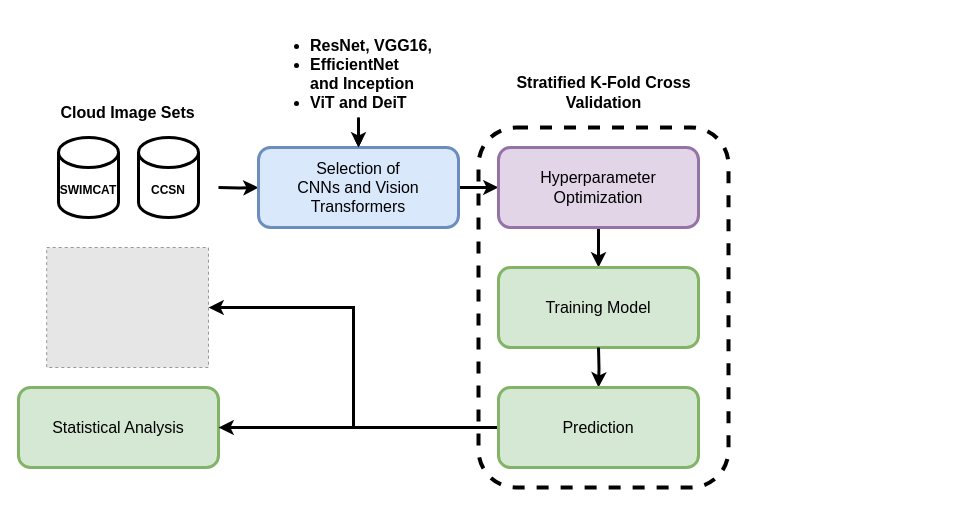
Earlier version of the draw.io diagram euvip_methodology.drawio (viniciusrpb/drawio_flowcharts). Source tidied: cells renumbered, new cells numbered last; positions are measured from the earlier drawing's top-left corner, leaving out a move shared by most shapes. Both pictures are drawn from the tidied source at 100%, with x=0, y=0 at pixel (18, 17). Pictures stored in the file or linked from it are replaced by grey dashed boxes.
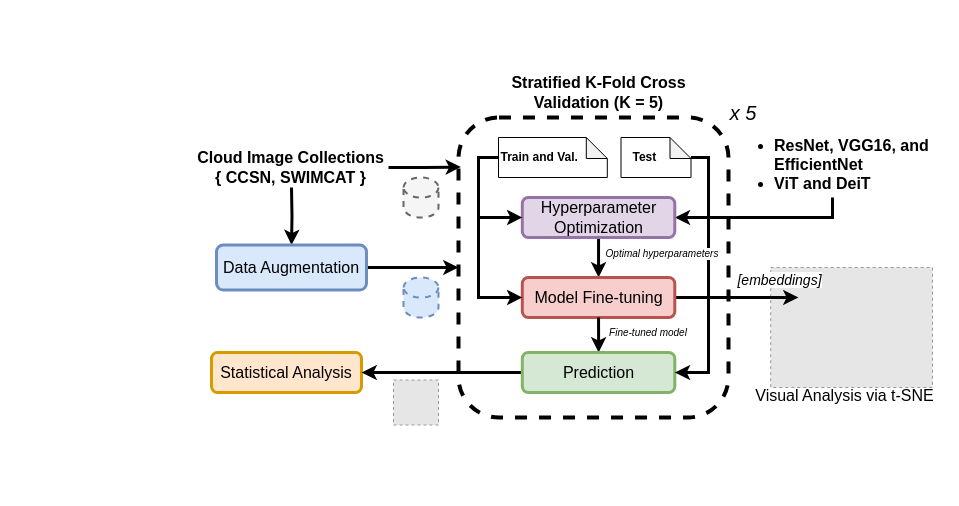
Above is the later version.

The edit, as a diff of the source:
```diff
@@
-    <mxCell id="2" style="edgeStyle=orthogonalEdgeStyle;rounded=0;jettySize=auto;html=1;" parent="1" edge="1" source="3" target="7">
-      <mxGeometry relative="1" as="geometry" />
-    </mxCell>
+    <mxCell id="11" style="fillColor=#E6E6E6;strokeColor=#999999;dashed=1;verticalLabelPosition=bottom;labelBackgroundColor=default;verticalAlign=top;" parent="1" vertex="1">
+      <mxGeometry x="752.2" y="250" width="161.8" height="120" as="geometry" />
+    </mxCell>
+    <mxCell id="4" style="rounded=1;whiteSpace=wrap;html=1;strokeWidth=4;dashed=1;" parent="1" vertex="1">
+      <mxGeometry x="440" y="100" width="270" height="300" as="geometry" />
+    </mxCell>
+    <mxCell id="22" style="edgeStyle=orthogonalEdgeStyle;rounded=0;jettySize=auto;html=1;entryX=1;entryY=0.5;entryDx=0;entryDy=0;fontSize=12;strokeWidth=3;exitX=0.5;exitY=1;exitDx=0;exitDy=0;" parent="1" edge="1" source="3" target="9">
+      <mxGeometry relative="1" as="geometry">
+        <Array as="points">
+          <mxPoint x="814" y="200" />
+        </Array>
+      </mxGeometry>
+    </mxCell>
-    <mxCell id="3" value="&lt;ul&gt;&lt;li&gt;&lt;b&gt;ResNet,&amp;nbsp;&lt;/b&gt;&lt;b style=&quot;background-color: transparent; color: light-dark(rgb(0, 0, 0), rgb(255, 255, 255));&quot;&gt;VGG16,&lt;/b&gt;&lt;/li&gt;&lt;li&gt;&lt;b style=&quot;background-color: transparent; color: light-dark(rgb(0, 0, 0), rgb(255, 255, 255));&quot;&gt;EfficientNet and&amp;nbsp;&lt;/b&gt;&lt;b style=&quot;background-color: transparent; color: light-dark(rgb(0, 0, 0), rgb(255, 255, 255));&quot;&gt;Inception&lt;/b&gt;&lt;/li&gt;&lt;li&gt;&lt;b&gt;ViT and DeiT&lt;/b&gt;&lt;/li&gt;&lt;/ul&gt;" style="text;strokeColor=none;fillColor=none;html=1;whiteSpace=wrap;verticalAlign=middle;overflow=hidden;fontSize=16;" parent="1" vertex="1">
-      <mxGeometry x="250" width="180" height="100" as="geometry" />
+    <mxCell id="3" value="&lt;ul&gt;&lt;li&gt;&lt;b&gt;ResNet,&amp;nbsp;&lt;/b&gt;&lt;b style=&quot;background-color: transparent; color: light-dark(rgb(0, 0, 0), rgb(255, 255, 255));&quot;&gt;VGG16,&amp;nbsp;&lt;/b&gt;&lt;b style=&quot;background-color: transparent; color: light-dark(rgb(0, 0, 0), rgb(255, 255, 255));&quot;&gt;and EfficientNet&lt;/b&gt;&lt;/li&gt;&lt;li&gt;&lt;b&gt;ViT and DeiT&lt;/b&gt;&lt;/li&gt;&lt;/ul&gt;" style="text;strokeColor=none;fillColor=none;html=1;whiteSpace=wrap;verticalAlign=middle;overflow=hidden;fontSize=16;" parent="1" vertex="1">
+      <mxGeometry x="714" y="100" width="200" height="80" as="geometry" />
     </mxCell>
-    <mxCell id="4" style="rounded=1;whiteSpace=wrap;html=1;strokeWidth=4;dashed=1;" parent="1" vertex="1">
-      <mxGeometry x="460" y="110" width="250" height="360" as="geometry" />
-    </mxCell>
-    <mxCell id="5" style="edgeStyle=orthogonalEdgeStyle;rounded=0;jettySize=auto;html=1;strokeWidth=3;fillColor=#f8cecc;strokeColor=#000000;" parent="1" edge="1" target="7">
-      <mxGeometry relative="1" as="geometry">
-        <mxPoint x="200" y="170" as="sourcePoint" />
-      </mxGeometry>
-    </mxCell>
-    <mxCell id="6" style="edgeStyle=orthogonalEdgeStyle;rounded=0;jettySize=auto;html=1;entryX=0;entryY=0.5;entryDx=0;entryDy=0;strokeWidth=3;fillColor=#f8cecc;strokeColor=#000000;" parent="1" edge="1" source="7" target="9">
-      <mxGeometry relative="1" as="geometry" />
-    </mxCell>
-    <mxCell id="7" value="Selection of&lt;div&gt;CNNs and Vision Transformers&lt;/div&gt;" style="rounded=1;whiteSpace=wrap;html=1;fontSize=16;strokeWidth=3;fillColor=#dae8fc;strokeColor=#6c8ebf;" parent="1" vertex="1">
-      <mxGeometry x="240" y="130" width="200" height="80" as="geometry" />
-    </mxCell>
@@
     <mxCell id="9" value="&lt;div&gt;Hyperparameter&lt;/div&gt;&lt;div&gt;Optimization&lt;/div&gt;" style="rounded=1;whiteSpace=wrap;html=1;fontSize=16;strokeWidth=3;fillColor=#e1d5e7;strokeColor=#9673a6;" parent="1" vertex="1">
-      <mxGeometry x="480" y="130" width="200" height="80" as="geometry" />
+      <mxGeometry x="503.8" y="180" width="152.5" height="40" as="geometry" />
     </mxCell>
+    <mxCell id="23" style="edgeStyle=orthogonalEdgeStyle;rounded=0;jettySize=auto;html=1;strokeWidth=3;" parent="1" edge="1" source="10">
+      <mxGeometry relative="1" as="geometry">
+        <mxPoint x="780" y="280" as="targetPoint" />
+      </mxGeometry>
+    </mxCell>
-    <mxCell id="10" value="Training Model" style="rounded=1;whiteSpace=wrap;html=1;fontSize=16;strokeWidth=3;fillColor=#d5e8d4;strokeColor=#82b366;" parent="1" vertex="1">
-      <mxGeometry x="480" y="250" width="200" height="80" as="geometry" />
+    <mxCell id="10" value="Model Fine-tuning" style="rounded=1;whiteSpace=wrap;html=1;fontSize=16;strokeWidth=3;fillColor=#f8cecc;strokeColor=#b85450;" parent="1" vertex="1">
+      <mxGeometry x="503.8" y="260" width="152.5" height="40" as="geometry" />
     </mxCell>
-    <mxCell id="11" style="fillColor=#E6E6E6;strokeColor=#999999;dashed=1;verticalLabelPosition=bottom;labelBackgroundColor=default;verticalAlign=top;" parent="1" vertex="1">
-      <mxGeometry x="28.2" y="230" width="161.8" height="120" as="geometry" />
-    </mxCell>
-    <mxCell id="12" style="edgeStyle=orthogonalEdgeStyle;rounded=0;jettySize=auto;html=1;entryX=0.5;entryY=0;entryDx=0;entryDy=0;strokeColor=#000000;strokeWidth=3;" parent="1" edge="1" source="3">
-      <mxGeometry relative="1" as="geometry">
-        <mxPoint x="340" y="130" as="targetPoint" />
-      </mxGeometry>
-    </mxCell>
-    <mxCell id="13" value="Statistical Analysis" style="rounded=1;whiteSpace=wrap;html=1;fontSize=16;strokeWidth=3;fillColor=#d5e8d4;strokeColor=#82b366;" parent="1" vertex="1">
-      <mxGeometry y="370" width="200" height="80" as="geometry" />
+    <mxCell id="13" value="Statistical Analysis" style="rounded=1;whiteSpace=wrap;html=1;fontSize=16;strokeWidth=3;fillColor=#ffe6cc;strokeColor=#d79b00;" parent="1" vertex="1">
+      <mxGeometry x="193" y="335" width="150" height="40" as="geometry" />
     </mxCell>
-    <mxCell id="14" value="Stratified K-Fold Cross Validation" style="text;html=1;whiteSpace=wrap;strokeColor=none;fillColor=none;align=center;verticalAlign=middle;rounded=0;fontStyle=1;fontSize=16;" parent="1" vertex="1">
-      <mxGeometry x="487.5" y="60" width="195" height="30" as="geometry" />
+    <mxCell id="14" value="Stratified K-Fold Cross Validation (K = 5)" style="text;html=1;whiteSpace=wrap;strokeColor=none;fillColor=none;align=center;verticalAlign=middle;rounded=0;fontStyle=1;fontSize=16;" parent="1" vertex="1">
+      <mxGeometry x="482.5" y="60" width="195" height="30" as="geometry" />
     </mxCell>
-    <mxCell id="15" style="edgeStyle=orthogonalEdgeStyle;rounded=0;jettySize=auto;html=1;strokeWidth=3;fillColor=#f8cecc;strokeColor=#000000;" parent="1" edge="1" target="18">
-      <mxGeometry relative="1" as="geometry">
-        <mxPoint x="580" y="330" as="sourcePoint" />
-      </mxGeometry>
+    <mxCell id="15" style="edgeStyle=orthogonalEdgeStyle;rounded=0;jettySize=auto;html=1;strokeWidth=3;fillColor=#f8cecc;strokeColor=#000000;exitX=0.5;exitY=1;exitDx=0;exitDy=0;" parent="1" edge="1" source="10" target="18">
+      <mxGeometry relative="1" as="geometry" />
     </mxCell>
-    <mxCell id="16" style="edgeStyle=orthogonalEdgeStyle;rounded=0;jettySize=auto;html=1;entryX=1;entryY=0.5;entryDx=0;entryDy=0;strokeWidth=3;" parent="1" edge="1" source="18" target="11">
-      <mxGeometry relative="1" as="geometry" />
-    </mxCell>
-    <mxCell id="17" style="edgeStyle=orthogonalEdgeStyle;rounded=0;jettySize=auto;html=1;exitX=0;exitY=0.5;exitDx=0;exitDy=0;entryX=1;entryY=0.5;entryDx=0;entryDy=0;strokeWidth=3;" parent="1" edge="1" source="18" target="13">
+    <mxCell id="17" style="edgeStyle=orthogonalEdgeStyle;rounded=0;jettySize=auto;html=1;entryX=1;entryY=0.5;entryDx=0;entryDy=0;strokeWidth=3;exitX=0;exitY=0.5;exitDx=0;exitDy=0;" parent="1" edge="1" source="18" target="13">
       <mxGeometry relative="1" as="geometry" />
     </mxCell>
     <mxCell id="18" value="Prediction" style="rounded=1;whiteSpace=wrap;html=1;fontSize=16;strokeWidth=3;fillColor=#d5e8d4;strokeColor=#82b366;" parent="1" vertex="1">
-      <mxGeometry x="480" y="370" width="200" height="80" as="geometry" />
+      <mxGeometry x="503.8" y="335" width="152.5" height="40" as="geometry" />
     </mxCell>
-    <mxCell id="19" value="SWIMCAT" style="shape=cylinder3;whiteSpace=wrap;html=1;boundedLbl=1;backgroundOutline=1;size=15;fontStyle=1;strokeWidth=3;" parent="1" vertex="1">
-      <mxGeometry x="40" y="120" width="60" height="80" as="geometry" />
-    </mxCell>
-    <mxCell id="20" value="CCSN" style="shape=cylinder3;whiteSpace=wrap;html=1;boundedLbl=1;backgroundOutline=1;size=15;fontStyle=1;strokeWidth=3;" parent="1" vertex="1">
-      <mxGeometry x="120" y="120" width="60" height="80" as="geometry" />
-    </mxCell>
+    <mxCell id="24" style="edgeStyle=orthogonalEdgeStyle;rounded=0;jettySize=auto;html=1;strokeWidth=3;" parent="1" edge="1" target="28">
+      <mxGeometry relative="1" as="geometry">
+        <mxPoint x="273" y="170" as="sourcePoint" />
+      </mxGeometry>
+    </mxCell>
-    <mxCell id="21" value="Cloud Image Sets" style="text;html=1;whiteSpace=wrap;strokeColor=none;fillColor=none;align=center;verticalAlign=middle;rounded=0;fontStyle=1;fontSize=16;" parent="1" vertex="1">
-      <mxGeometry x="11.6" y="80" width="195" height="30" as="geometry" />
+    <mxCell id="21" value="Cloud Image Collections&lt;div&gt;{ CCSN, SWIMCAT }&lt;/div&gt;" style="text;html=1;whiteSpace=wrap;strokeColor=none;fillColor=none;align=center;verticalAlign=middle;rounded=0;fontStyle=1;fontSize=16;" parent="1" vertex="1">
+      <mxGeometry x="175" y="135" width="195" height="30" as="geometry" />
     </mxCell>
+    <mxCell id="25" style="fillColor=#E6E6E6;strokeColor=#999999;dashed=1;verticalLabelPosition=bottom;labelBackgroundColor=default;verticalAlign=top;" parent="1" vertex="1">
+      <mxGeometry x="375" y="362.5" width="45" height="45" as="geometry" />
+    </mxCell>
+    <mxCell id="26" value="&lt;span style=&quot;background-color: light-dark(#ffffff, var(--ge-dark-color, #121212));&quot;&gt;[embeddings]&lt;/span&gt;" style="text;html=1;whiteSpace=wrap;strokeColor=none;fillColor=none;align=center;verticalAlign=middle;rounded=0;fontStyle=2;fontSize=14;" parent="1" vertex="1">
+      <mxGeometry x="664" y="247.5" width="195" height="30" as="geometry" />
+    </mxCell>
+    <mxCell id="27" style="edgeStyle=orthogonalEdgeStyle;rounded=0;jettySize=auto;html=1;strokeWidth=3;" parent="1" edge="1" source="28" target="4">
+      <mxGeometry relative="1" as="geometry" />
+    </mxCell>
+    <mxCell id="28" value="Data Augmentation" style="rounded=1;whiteSpace=wrap;html=1;fontSize=16;strokeWidth=3;fillColor=#dae8fc;strokeColor=#6c8ebf;" parent="1" vertex="1">
+      <mxGeometry x="198" y="227.5" width="150" height="45" as="geometry" />
+    </mxCell>
+    <mxCell id="29" style="shape=cylinder3;whiteSpace=wrap;html=1;boundedLbl=1;backgroundOutline=1;size=10.062653640220844;fillColor=#dae8fc;strokeColor=#6c8ebf;dashed=1;strokeWidth=2;" parent="1" vertex="1">
+      <mxGeometry x="385" y="260" width="35" height="40" as="geometry" />
+    </mxCell>
+    <mxCell id="30" style="edgeStyle=orthogonalEdgeStyle;rounded=0;jettySize=auto;html=1;strokeWidth=3;" parent="1" edge="1" target="9">
+      <mxGeometry relative="1" as="geometry">
+        <mxPoint x="480" y="140" as="sourcePoint" />
+        <Array as="points">
+          <mxPoint x="460" y="140" />
+          <mxPoint x="460" y="200" />
+        </Array>
+      </mxGeometry>
+    </mxCell>
+    <mxCell id="31" style="edgeStyle=orthogonalEdgeStyle;rounded=0;jettySize=auto;html=1;entryX=0;entryY=0.5;entryDx=0;entryDy=0;strokeWidth=3;" parent="1" edge="1" source="32" target="10">
+      <mxGeometry relative="1" as="geometry">
+        <Array as="points">
+          <mxPoint x="460" y="140" />
+          <mxPoint x="460" y="280" />
+        </Array>
+      </mxGeometry>
+    </mxCell>
+    <mxCell id="32" value="&lt;b&gt;Train and Val.&amp;nbsp; &amp;nbsp; &amp;nbsp; &amp;nbsp;&amp;nbsp;&lt;/b&gt;" style="shape=note;whiteSpace=wrap;html=1;backgroundOutline=1;darkOpacity=0.05;size=21;" parent="1" vertex="1">
+      <mxGeometry x="480" y="120" width="108.8" height="40" as="geometry" />
+    </mxCell>
+    <mxCell id="33" style="edgeStyle=orthogonalEdgeStyle;rounded=0;jettySize=auto;html=1;entryX=1;entryY=0.5;entryDx=0;entryDy=0;strokeWidth=3;" parent="1" edge="1" source="34" target="18">
+      <mxGeometry relative="1" as="geometry">
+        <Array as="points">
+          <mxPoint x="690" y="140" />
+          <mxPoint x="690" y="355" />
+        </Array>
+      </mxGeometry>
+    </mxCell>
+    <mxCell id="34" value="&lt;b&gt;Test&amp;nbsp; &amp;nbsp; &amp;nbsp; &amp;nbsp;&lt;/b&gt;" style="shape=note;whiteSpace=wrap;html=1;backgroundOutline=1;darkOpacity=0.05;size=21;" parent="1" vertex="1">
+      <mxGeometry x="602.5" y="120" width="70" height="40" as="geometry" />
+    </mxCell>
+    <mxCell id="35" value="&lt;span style=&quot;font-weight: normal;&quot;&gt;Visual Analysis via t-SNE&lt;/span&gt;" style="text;html=1;whiteSpace=wrap;strokeColor=none;fillColor=none;align=center;verticalAlign=middle;rounded=0;fontStyle=1;fontSize=16;" parent="1" vertex="1">
+      <mxGeometry x="728.6" y="362.5" width="195" height="30" as="geometry" />
+    </mxCell>
+    <mxCell id="36" style="shape=cylinder3;whiteSpace=wrap;html=1;boundedLbl=1;backgroundOutline=1;size=10.062653640220844;fillColor=#f5f5f5;strokeColor=#666666;dashed=1;strokeWidth=2;fontColor=#333333;" parent="1" vertex="1">
+      <mxGeometry x="385" y="160" width="35" height="40" as="geometry" />
+    </mxCell>
+    <mxCell id="37" style="edgeStyle=orthogonalEdgeStyle;rounded=0;jettySize=auto;html=1;entryX=0.009;entryY=0.165;entryDx=0;entryDy=0;entryPerimeter=0;strokeWidth=3;" parent="1" edge="1" source="21" target="4">
+      <mxGeometry relative="1" as="geometry" />
+    </mxCell>
+    <mxCell id="38" value="&lt;i&gt;Optimal hyperparameters&lt;/i&gt;" style="text;html=1;whiteSpace=wrap;strokeColor=none;fillColor=none;align=center;verticalAlign=middle;rounded=0;fontSize=10;labelBackgroundColor=default;" parent="1" vertex="1">
+      <mxGeometry x="574" y="221" width="140" height="30" as="geometry" />
+    </mxCell>
+    <mxCell id="39" value="x 5" style="text;html=1;whiteSpace=wrap;strokeColor=none;fillColor=none;align=center;verticalAlign=middle;rounded=0;fontStyle=2;fontSize=20;" parent="1" vertex="1">
+      <mxGeometry x="690" y="80" width="70" height="30" as="geometry" />
+    </mxCell>
+    <mxCell id="40" value="&lt;i&gt;Fine-tuned model&lt;/i&gt;" style="text;html=1;whiteSpace=wrap;strokeColor=none;fillColor=none;align=center;verticalAlign=middle;rounded=0;fontSize=10;labelBackgroundColor=default;" parent="1" vertex="1">
+      <mxGeometry x="560" y="300" width="140" height="30" as="geometry" />
+    </mxCell>
```
